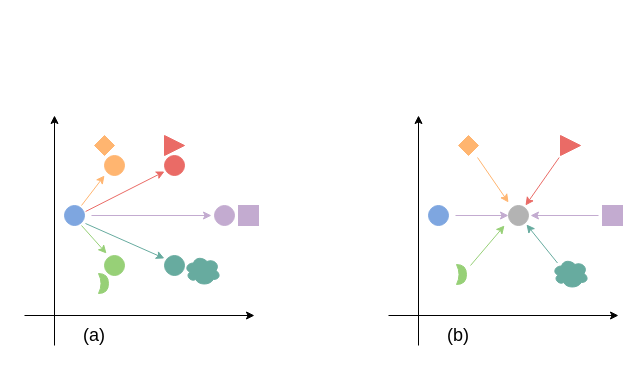
Before: WACV1Diagram.drawio in limengzhu3211/draw, a draw.io diagram. Source tidied: cells renumbered, new cells numbered last; positions are measured from the earlier drawing's top-left corner, leaving out a move shared by most shapes. Both pictures are drawn from the tidied source at 100%, with x=0, y=0 at pixel (24, 115).
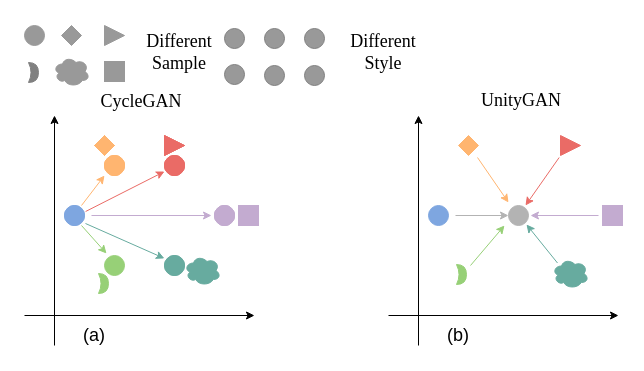
Above is the later version.

The change refers to these unchanged cells:
```xml
<mxCell id="35" style="ellipse;whiteSpace=wrap;html=1;strokeColor=#B3B3B3;fillColor=#B3B3B3;" parent="1" vertex="1">
  <mxGeometry x="484" y="90" width="20" height="20" as="geometry" />
</mxCell>
```

The edit, as a diff of the source:
```diff
@@
-    <mxCell id="36" style="endArrow=classic;html=1;exitX=1;exitY=0.5;exitDx=0;exitDy=0;strokeColor=#C3ABD0;" parent="1" edge="1" target="35">
+    <mxCell id="36" style="endArrow=classic;html=1;exitX=1;exitY=0.5;exitDx=0;exitDy=0;strokeColor=#B3B3B3;" parent="1" edge="1" target="35">
       <mxGeometry relative="1" as="geometry">
         <mxPoint x="431" y="100" as="sourcePoint" />
       </mxGeometry>
     </mxCell>
+    <mxCell id="37" value="&lt;font style=&quot;font-size: 18px&quot; face=&quot;Times New Roman&quot;&gt;CycleGAN&lt;/font&gt;" style="text;html=1;strokeColor=none;fillColor=none;align=center;verticalAlign=middle;whiteSpace=wrap;rounded=0;" parent="1" vertex="1">
+      <mxGeometry x="57" y="-29" width="120" height="30" as="geometry" />
+    </mxCell>
+    <mxCell id="38" value="&lt;font style=&quot;font-size: 18px&quot; face=&quot;Times New Roman&quot;&gt;UnityGAN&lt;/font&gt;" style="text;html=1;strokeColor=none;fillColor=none;align=center;verticalAlign=middle;whiteSpace=wrap;rounded=0;" parent="1" vertex="1">
+      <mxGeometry x="437" y="-30" width="120" height="30" as="geometry" />
+    </mxCell>
+    <mxCell id="39" value="&lt;font face=&quot;Times New Roman&quot; style=&quot;font-size: 18px&quot;&gt;Different &lt;br&gt;Sample&lt;/font&gt;" style="text;html=1;strokeColor=none;fillColor=none;align=center;verticalAlign=middle;whiteSpace=wrap;rounded=0;" parent="1" vertex="1">
+      <mxGeometry x="100" y="-78" width="110" height="30" as="geometry" />
+    </mxCell>
+    <mxCell id="40" style="rhombus;whiteSpace=wrap;html=1;fillColor=#FFB570;strokeColor=#FFB570;" parent="1" vertex="1">
+      <mxGeometry x="70" y="20" width="20" height="20" as="geometry" />
+    </mxCell>
+    <mxCell id="41" style="triangle;whiteSpace=wrap;html=1;fillColor=#EA6B66;strokeColor=#EA6B66;" parent="1" vertex="1">
+      <mxGeometry x="140" y="20" width="20" height="20" as="geometry" />
+    </mxCell>
+    <mxCell id="42" style="ellipse;whiteSpace=wrap;html=1;strokeColor=#999999;fillColor=#999999;" parent="1" vertex="1">
+      <mxGeometry y="-90" width="20" height="20" as="geometry" />
+    </mxCell>
+    <mxCell id="43" style="rounded=0;whiteSpace=wrap;html=1;strokeColor=#999999;fillColor=#999999;" parent="1" vertex="1">
+      <mxGeometry x="80" y="-54" width="20" height="20" as="geometry" />
+    </mxCell>
+    <mxCell id="44" style="ellipse;shape=cloud;whiteSpace=wrap;html=1;fillColor=#999999;strokeColor=#999999;" parent="1" vertex="1">
+      <mxGeometry x="29" y="-59" width="36" height="30" as="geometry" />
+    </mxCell>
+    <mxCell id="45" style="rhombus;whiteSpace=wrap;html=1;fillColor=#999999;strokeColor=#999999;" parent="1" vertex="1">
+      <mxGeometry x="37" y="-90" width="20" height="20" as="geometry" />
+    </mxCell>
+    <mxCell id="46" style="triangle;whiteSpace=wrap;html=1;fillColor=#999999;strokeColor=#999999;" parent="1" vertex="1">
+      <mxGeometry x="80" y="-90" width="20" height="20" as="geometry" />
+    </mxCell>
+    <mxCell id="47" style="shape=xor;whiteSpace=wrap;html=1;fillColor=#808080;strokeColor=#808080;" parent="1" vertex="1">
+      <mxGeometry x="4" y="-53" width="10" height="20" as="geometry" />
+    </mxCell>
+    <mxCell id="48" value="&lt;font face=&quot;Times New Roman&quot; style=&quot;font-size: 18px&quot;&gt;Different &lt;br&gt;Style&lt;/font&gt;" style="text;html=1;strokeColor=none;fillColor=none;align=center;verticalAlign=middle;whiteSpace=wrap;rounded=0;" parent="1" vertex="1">
+      <mxGeometry x="304" y="-98" width="110" height="70" as="geometry" />
+    </mxCell>
+    <mxCell id="49" style="ellipse;whiteSpace=wrap;html=1;fillColor=#C3ABD0;strokeColor=#C3ABD0;" parent="1" vertex="1">
+      <mxGeometry x="190" y="90" width="20" height="20" as="geometry" />
+    </mxCell>
+    <mxCell id="50" style="ellipse;whiteSpace=wrap;html=1;fillColor=#EA6B66;strokeColor=#EA6B66;" parent="1" vertex="1">
+      <mxGeometry x="140" y="40" width="20" height="20" as="geometry" />
+    </mxCell>
+    <mxCell id="51" style="ellipse;whiteSpace=wrap;html=1;fillColor=#FFB570;strokeColor=#FFB570;" parent="1" vertex="1">
+      <mxGeometry x="80" y="40" width="20" height="20" as="geometry" />
+    </mxCell>
+    <mxCell id="52" style="ellipse;whiteSpace=wrap;html=1;fillColor=#C3ABD0;strokeColor=#C3ABD0;" parent="1" vertex="1">
+      <mxGeometry x="190" y="90" width="20" height="20" as="geometry" />
+    </mxCell>
+    <mxCell id="53" style="ellipse;whiteSpace=wrap;html=1;fillColor=#EA6B66;strokeColor=#EA6B66;" parent="1" vertex="1">
+      <mxGeometry x="140" y="40" width="20" height="20" as="geometry" />
+    </mxCell>
+    <mxCell id="54" style="ellipse;whiteSpace=wrap;html=1;fillColor=#FFB570;strokeColor=#FFB570;" parent="1" vertex="1">
+      <mxGeometry x="80" y="40" width="20" height="20" as="geometry" />
+    </mxCell>
+    <mxCell id="55" style="ellipse;whiteSpace=wrap;html=1;fillColor=#7EA6E0;strokeColor=#7EA6E0;" parent="1" vertex="1">
+      <mxGeometry x="40" y="90" width="20" height="20" as="geometry" />
+    </mxCell>
+    <mxCell id="56" style="ellipse;whiteSpace=wrap;html=1;strokeColor=#67AB9F;fillColor=#67AB9F;" parent="1" vertex="1">
+      <mxGeometry x="140" y="140" width="20" height="20" as="geometry" />
+    </mxCell>
+    <mxCell id="57" style="ellipse;whiteSpace=wrap;html=1;strokeColor=#808080;fillColor=#999999;" parent="1" vertex="1">
+      <mxGeometry x="200" y="-51" width="20" height="20" as="geometry" />
+    </mxCell>
+    <mxCell id="58" style="ellipse;whiteSpace=wrap;html=1;fillColor=#999999;strokeColor=#808080;" parent="1" vertex="1">
+      <mxGeometry x="280" y="-50" width="20" height="20" as="geometry" />
+    </mxCell>
+    <mxCell id="59" style="ellipse;whiteSpace=wrap;html=1;fillColor=#999999;strokeColor=#808080;" parent="1" vertex="1">
+      <mxGeometry x="240" y="-87" width="20" height="20" as="geometry" />
+    </mxCell>
+    <mxCell id="60" style="ellipse;whiteSpace=wrap;html=1;fillColor=#999999;strokeColor=#808080;" parent="1" vertex="1">
+      <mxGeometry x="200" y="-87" width="20" height="20" as="geometry" />
+    </mxCell>
+    <mxCell id="61" style="ellipse;whiteSpace=wrap;html=1;fillColor=#999999;strokeColor=#808080;" parent="1" vertex="1">
+      <mxGeometry x="280" y="-87" width="20" height="20" as="geometry" />
+    </mxCell>
+    <mxCell id="62" style="ellipse;whiteSpace=wrap;html=1;strokeColor=#808080;fillColor=#999999;" parent="1" vertex="1">
+      <mxGeometry x="240" y="-50" width="20" height="20" as="geometry" />
+    </mxCell>
```
